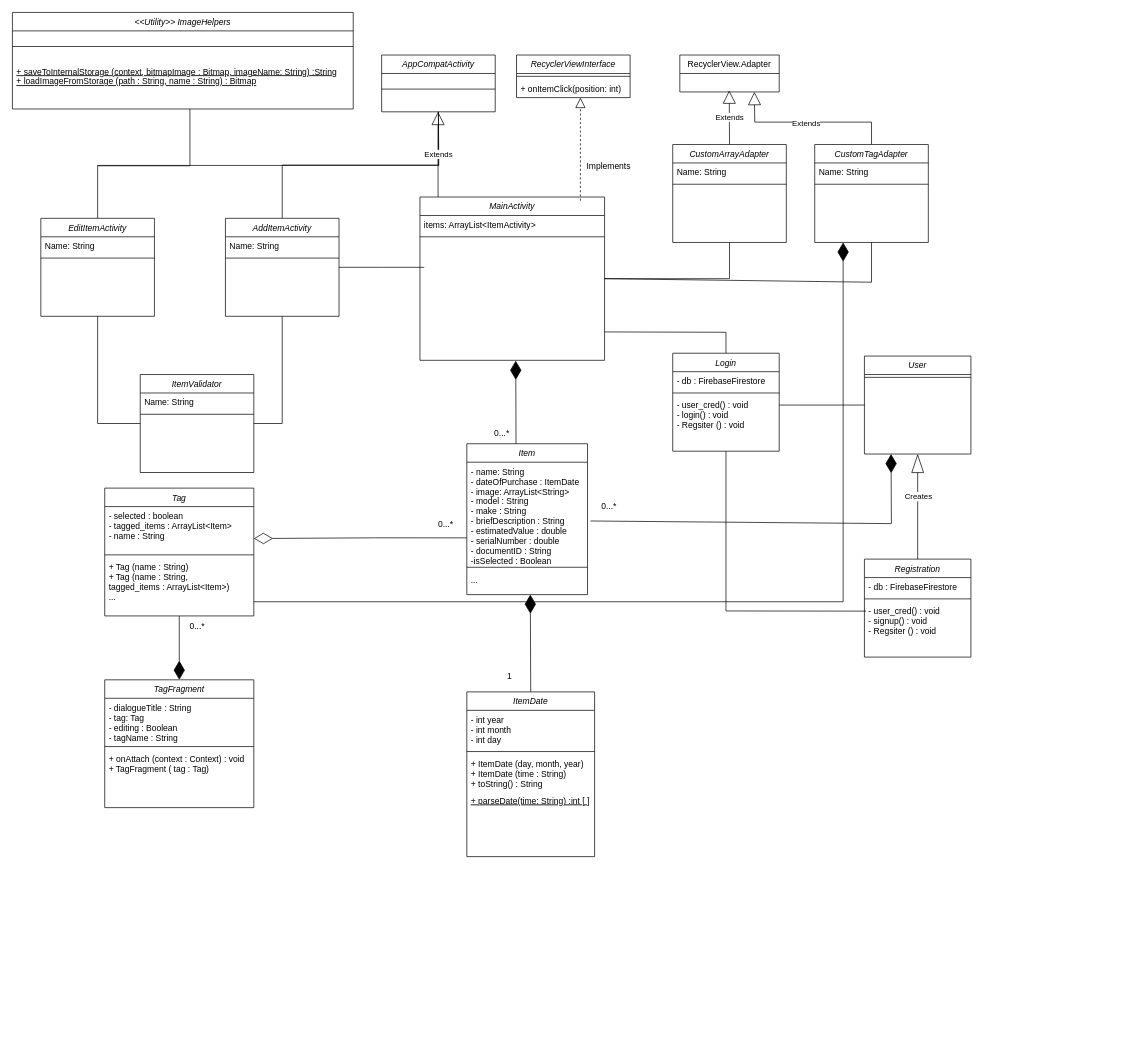
This is doc/UML.drawio from CMPUT301F23T26/AuroraSheet, a draw.io file, before an edit. Source tidied: cells renumbered, new cells numbered last; positions are measured from the earlier drawing's top-left corner, leaving out a move shared by most shapes. Both pictures are drawn from the tidied source at 71%, with x=0, y=0 at pixel (12, 12).
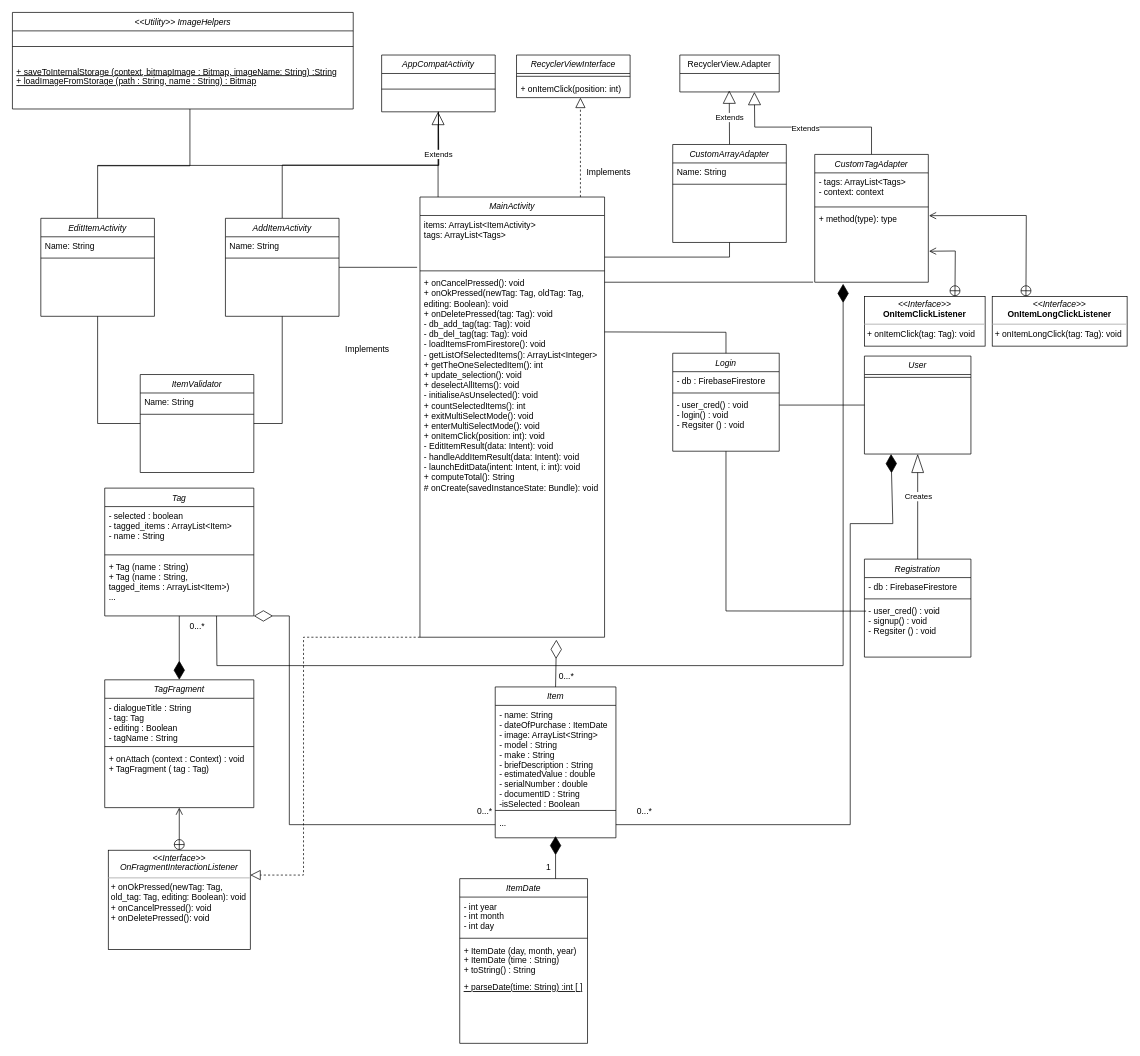
After the change.

Unchanged cells that the change refers to:
```xml
<mxCell id="10" value="- name: String&#10;- dateOfPurchase : ItemDate&#10;- image: ArrayList&lt;String&gt;&#10;- model : String&#10;- make : String&#10;- briefDescription : String&#10;- estimatedValue : double&#10;- serialNumber : double&#10;- documentID : String&#10;-isSelected : Boolean&#10;&#10;&#10;" style="text;align=left;verticalAlign=top;spacingLeft=4;spacingRight=4;overflow=hidden;points=[[0,0.5],[1,0.5]];portConstraint=eastwest;" parent="9" vertex="1">
  <mxGeometry y="26" width="170" height="144" as="geometry" />
</mxCell>
<mxCell id="12" value="..." style="text;align=left;verticalAlign=top;spacingLeft=4;spacingRight=4;overflow=hidden;points=[[0,0.5],[1,0.5]];portConstraint=eastwest;" parent="9" vertex="1">
  <mxGeometry y="178" width="170" height="32" as="geometry" />
</mxCell>
<mxCell id="22" value="AddItemActivity" style="swimlane;fontStyle=2;align=center;verticalAlign=top;horizontal=1;startSize=26;rounded=0;shadow=0;strokeWidth=1;" parent="1" vertex="1">
  <mxGeometry x="300" y="290" width="160" height="138" as="geometry" />
</mxCell>
<mxCell id="35" value="CustomArrayAdapter" style="swimlane;fontStyle=2;align=center;verticalAlign=top;horizontal=1;startSize=26;rounded=0;shadow=0;strokeWidth=1;" parent="1" vertex="1">
  <mxGeometry x="930" y="186" width="160" height="138" as="geometry" />
</mxCell>
<mxCell id="56" value="User" style="swimlane;fontStyle=2;align=center;verticalAlign=top;horizontal=1;startSize=26;rounded=0;shadow=0;strokeWidth=1;" parent="1" vertex="1">
  <mxGeometry x="1200" y="484" width="150" height="138" as="geometry" />
</mxCell>
<mxCell id="63" value="Tag" style="swimlane;fontStyle=2;align=center;verticalAlign=top;horizontal=1;startSize=26;rounded=0;shadow=0;strokeWidth=1;" parent="1" vertex="1">
  <mxGeometry x="130" y="670" width="210" height="180" as="geometry" />
</mxCell>
<mxCell id="69" value="TagFragment" style="swimlane;fontStyle=2;align=center;verticalAlign=top;horizontal=1;startSize=26;rounded=0;shadow=0;strokeWidth=1;" parent="1" vertex="1">
  <mxGeometry x="130" y="940" width="210" height="180" as="geometry" />
</mxCell>
```

The edit, as a diff of the source:
```diff
@@
-    <mxCell id="3" style="edgeStyle=orthogonalEdgeStyle;rounded=0;jettySize=auto;html=1;exitX=1;exitY=0.5;exitDx=0;exitDy=0;entryX=0.5;entryY=1;entryDx=0;entryDy=0;endArrow=none;endFill=0;" parent="1" edge="1" source="4" target="35">
+    <mxCell id="3" style="edgeStyle=orthogonalEdgeStyle;rounded=0;jettySize=auto;html=1;exitX=1;exitY=0.792;exitDx=0;exitDy=0;entryX=0.5;entryY=1;entryDx=0;entryDy=0;endArrow=none;endFill=0;exitPerimeter=0;" parent="1" edge="1" source="5" target="35">
       <mxGeometry relative="1" as="geometry" />
     </mxCell>
     <mxCell id="4" value="MainActivity" style="swimlane;fontStyle=2;align=center;verticalAlign=top;horizontal=1;startSize=26;rounded=0;shadow=0;strokeWidth=1;" parent="1" vertex="1">
-      <mxGeometry x="574" y="260" width="260" height="230" as="geometry" />
+      <mxGeometry x="574" y="260" width="260" height="620" as="geometry" />
     </mxCell>
-    <mxCell id="5" value="items: ArrayList&lt;ItemActivity&gt;" style="text;align=left;verticalAlign=top;spacingLeft=4;spacingRight=4;overflow=hidden;points=[[0,0.5],[1,0.5]];portConstraint=eastwest;" parent="4" vertex="1">
-      <mxGeometry y="26" width="260" height="26" as="geometry" />
+    <mxCell id="5" value="items: ArrayList&lt;ItemActivity&gt;&#10;tags: ArrayList&lt;Tags&gt;" style="text;align=left;verticalAlign=top;spacingLeft=4;spacingRight=4;overflow=hidden;points=[[0,0.5],[1,0.5]];portConstraint=eastwest;" parent="4" vertex="1">
+      <mxGeometry y="26" width="260" height="74" as="geometry" />
     </mxCell>
     <mxCell id="6" style="line;html=1;strokeWidth=1;align=left;verticalAlign=middle;spacingTop=-1;spacingLeft=3;spacingRight=3;labelPosition=right;" parent="4" vertex="1">
-      <mxGeometry y="52" width="260" height="8" as="geometry" />
+      <mxGeometry y="100" width="260" height="8" as="geometry" />
     </mxCell>
+    <mxCell id="86" value="+ onCancelPressed(): void&lt;br&gt;+ onOkPressed(newTag: Tag, oldTag: Tag, editing: Boolean): void&lt;br&gt;+ onDeletePressed(tag: Tag): void&lt;br&gt;- db_add_tag(tag: Tag): void&lt;br&gt;- db_del_tag(tag: Tag): void&lt;br&gt;- loadItemsFromFirestore(): void&lt;br&gt;- getListOfSelectedItems(): ArrayList&amp;lt;Integer&amp;gt;&lt;br&gt;+ getTheOneSelectedItem(): int&lt;br&gt;+ update_selection(): void&lt;br&gt;+ deselectAllItems(): void&lt;br&gt;- initialiseAsUnselected(): void&lt;br&gt;+ countSelectedItems(): int&lt;br&gt;+ exitMultiSelectMode(): void&lt;br&gt;+ enterMultiSelectMode(): void&lt;br&gt;+ onItemClick(position: int): void&lt;br&gt;- EditItemResult(data: Intent): void&lt;br&gt;- handleAddItemResult(data: Intent): void&lt;br&gt;- launchEditData(intent: Intent, i: int): void&lt;br&gt;+ computeTotal(): String&lt;br&gt;# onCreate(savedInstanceState: Bundle): void&lt;br&gt;" style="text;strokeColor=none;fillColor=none;align=left;verticalAlign=top;spacingLeft=4;spacingRight=4;overflow=hidden;points=[[0,0.5],[1,0.5]];portConstraint=eastwest;whiteSpace=wrap;html=1;" parent="4" vertex="1">
+      <mxGeometry y="108" width="260" height="512" as="geometry" />
+    </mxCell>
@@
     <mxCell id="9" value="Item" style="swimlane;fontStyle=2;align=center;verticalAlign=top;horizontal=1;startSize=26;rounded=0;shadow=0;strokeWidth=1;" parent="1" vertex="1">
-      <mxGeometry x="640" y="607.5" width="170" height="212.5" as="geometry" />
+      <mxGeometry x="680" y="950" width="170" height="212.5" as="geometry" />
     </mxCell>
@@
-    <mxCell id="13" style="endArrow=block;dashed=1;endFill=0;endSize=12;html=1;rounded=0;exitX=0.869;exitY=0.023;exitDx=0;exitDy=0;exitPerimeter=0;entryX=0.557;entryY=1.324;entryDx=0;entryDy=0;entryPerimeter=0;" parent="1" edge="1" source="4">
+    <mxCell id="13" style="endArrow=block;dashed=1;endFill=0;endSize=12;html=1;rounded=0;entryX=0.557;entryY=1.324;entryDx=0;entryDy=0;entryPerimeter=0;" parent="1" edge="1">
       <mxGeometry relative="1" as="geometry">
+        <mxPoint x="800" y="260" as="sourcePoint" />
         <mxPoint x="800" y="120" as="targetPoint" />
       </mxGeometry>
     </mxCell>
     <mxCell id="14" value="0...*" style="text;html=1;align=center;verticalAlign=middle;strokeColor=none;fillColor=none;" parent="1" vertex="1">
-      <mxGeometry x="669.3" y="577.5" width="40" height="30" as="geometry" />
+      <mxGeometry x="760" y="920" width="40" height="30" as="geometry" />
     </mxCell>
-    <mxCell id="15" style="endArrow=diamondThin;endFill=1;endSize=24;html=1;rounded=0;exitX=0.5;exitY=0;exitDx=0;exitDy=0;" parent="1" edge="1">
-      <mxGeometry relative="1" as="geometry">
-        <mxPoint x="709.3" y="607.5" as="sourcePoint" />
-        <mxPoint x="708.9" y="490.5" as="targetPoint" />
-      </mxGeometry>
-    </mxCell>
-    <mxCell id="16" value="Implements" style="text;html=1;strokeColor=none;fillColor=none;align=center;verticalAlign=middle;whiteSpace=wrap;rounded=0;" parent="1" vertex="1">
-      <mxGeometry x="810" y="202" width="60" height="30" as="geometry" />
+    <mxCell id="16" value="Implements" style="text;html=1;strokeColor=none;fillColor=none;align=center;verticalAlign=middle;whiteSpace=wrap;rounded=0;rotation=0;" parent="1" vertex="1">
+      <mxGeometry x="810" y="210" width="60" height="30" as="geometry" />
     </mxCell>
@@
     <mxCell id="20" style="edgeStyle=orthogonalEdgeStyle;rounded=0;jettySize=auto;html=1;exitX=1;exitY=0.5;exitDx=0;exitDy=0;endArrow=none;endFill=0;" parent="1" edge="1" source="22">
       <mxGeometry relative="1" as="geometry">
-        <mxPoint x="580" y="359" as="targetPoint" />
+        <mxPoint x="570" y="359" as="targetPoint" />
       </mxGeometry>
     </mxCell>
@@
     <mxCell id="39" value="ItemDate" style="swimlane;fontStyle=2;align=center;verticalAlign=top;horizontal=1;startSize=26;rounded=0;shadow=0;strokeWidth=1;" parent="1" vertex="1">
-      <mxGeometry x="640" y="957" width="180" height="232" as="geometry" />
+      <mxGeometry x="630" y="1220" width="180" height="232" as="geometry" />
     </mxCell>
@@
-    <mxCell id="44" style="endArrow=diamondThin;endFill=1;endSize=24;html=1;rounded=0;exitX=0.5;exitY=0;exitDx=0;exitDy=0;" parent="1" edge="1" source="39">
-      <mxGeometry relative="1" as="geometry">
-        <mxPoint x="729.4" y="820" as="targetPoint" />
-      </mxGeometry>
+    <mxCell id="44" style="endArrow=diamondThin;endFill=1;endSize=24;html=1;rounded=0;exitX=0.75;exitY=0;exitDx=0;exitDy=0;" parent="1" edge="1" source="39" target="12">
+      <mxGeometry relative="1" as="geometry" />
     </mxCell>
     <mxCell id="45" value="1" style="text;html=1;align=center;verticalAlign=middle;strokeColor=none;fillColor=none;" parent="1" vertex="1">
-      <mxGeometry x="685" y="920" width="30" height="30" as="geometry" />
+      <mxGeometry x="740" y="1189" width="30" height="30" as="geometry" />
     </mxCell>
@@
     <mxCell id="61" value="0...*" style="text;html=1;align=center;verticalAlign=middle;strokeColor=none;fillColor=none;" parent="1" vertex="1">
-      <mxGeometry x="820" y="681" width="40" height="30" as="geometry" />
+      <mxGeometry x="870" y="1110" width="40" height="30" as="geometry" />
     </mxCell>
-    <mxCell id="62" style="endArrow=diamondThin;endFill=1;endSize=24;html=1;rounded=0;exitX=1.024;exitY=0.575;exitDx=0;exitDy=0;entryX=0.25;entryY=1;entryDx=0;entryDy=0;exitPerimeter=0;" parent="1" edge="1" source="10" target="56">
+    <mxCell id="62" style="endArrow=diamondThin;endFill=1;endSize=24;html=1;rounded=0;exitX=1;exitY=0.5;exitDx=0;exitDy=0;entryX=0.25;entryY=1;entryDx=0;entryDy=0;" parent="1" edge="1" source="12" target="56">
       <mxGeometry relative="1" as="geometry">
         <Array as="points">
-          <mxPoint x="1238" y="720" />
+          <mxPoint x="1180" y="1144" />
+          <mxPoint x="1180" y="720" />
+          <mxPoint x="1240" y="720" />
         </Array>
       </mxGeometry>
     </mxCell>
@@
-    <mxCell id="67" style="endArrow=none;endFill=0;endSize=24;html=1;rounded=0;exitX=1.024;exitY=0.575;exitDx=0;exitDy=0;entryX=0;entryY=0.74;entryDx=0;entryDy=0;exitPerimeter=0;entryPerimeter=0;startArrow=diamondThin;startFill=0;startSize=24;" parent="1" edge="1" target="10">
+    <mxCell id="67" style="endArrow=none;endFill=0;endSize=24;html=1;rounded=0;exitX=1;exitY=1;exitDx=0;exitDy=0;startArrow=diamondThin;startFill=0;startSize=24;entryX=0;entryY=0.5;entryDx=0;entryDy=0;" parent="1" edge="1" source="63" target="12">
       <mxGeometry relative="1" as="geometry">
-        <mxPoint x="340" y="741" as="sourcePoint" />
         <Array as="points">
-          <mxPoint x="510" y="740" />
+          <mxPoint x="390" y="850" />
+          <mxPoint x="390" y="1144" />
         </Array>
       </mxGeometry>
     </mxCell>
     <mxCell id="68" value="0...*" style="text;html=1;align=center;verticalAlign=middle;strokeColor=none;fillColor=none;" parent="1" vertex="1">
-      <mxGeometry x="590" y="705.8" width="40" height="30" as="geometry" />
+      <mxGeometry x="645" y="1110" width="40" height="30" as="geometry" />
     </mxCell>
@@
-    <mxCell id="81" value="CustomTagAdapter" style="swimlane;fontStyle=2;align=center;verticalAlign=top;horizontal=1;startSize=26;rounded=0;shadow=0;strokeWidth=1;" parent="1" vertex="1">
-      <mxGeometry x="1130" y="186" width="160" height="138" as="geometry" />
-    </mxCell>
-    <mxCell id="82" value="Name: String" style="text;align=left;verticalAlign=top;spacingLeft=4;spacingRight=4;overflow=hidden;" parent="81" vertex="1">
-      <mxGeometry y="26" width="160" height="26" as="geometry" />
-    </mxCell>
-    <mxCell id="83" style="line;html=1;strokeWidth=1;align=left;verticalAlign=middle;spacingTop=-1;spacingLeft=3;spacingRight=3;labelPosition=right;" parent="81" vertex="1">
-      <mxGeometry y="52" width="160" height="8" as="geometry" />
-    </mxCell>
-    <mxCell id="84" style="endArrow=none;html=1;rounded=0;exitX=1;exitY=0.5;exitDx=0;exitDy=0;entryX=0.5;entryY=1;entryDx=0;entryDy=0;" parent="1" edge="1">
+    <mxCell id="84" style="endArrow=none;html=1;rounded=0;entryX=-0.014;entryY=0.999;entryDx=0;entryDy=0;entryPerimeter=0;" parent="1" edge="1" target="94">
       <mxGeometry relative="1" as="geometry">
-        <mxPoint x="834" y="375" as="sourcePoint" />
-        <mxPoint x="1210" y="324" as="targetPoint" />
-        <Array as="points">
-          <mxPoint x="1210" y="380" />
-        </Array>
+        <mxPoint x="834" y="380" as="sourcePoint" />
       </mxGeometry>
     </mxCell>
-    <mxCell id="85" style="endArrow=diamondThin;endFill=1;endSize=24;html=1;rounded=0;exitX=0.5;exitY=1;exitDx=0;exitDy=0;entryX=0.25;entryY=1;entryDx=0;entryDy=0;" parent="1" edge="1" target="81">
+    <mxCell id="85" style="endArrow=diamondThin;endFill=1;endSize=24;html=1;rounded=0;exitX=0.75;exitY=1;exitDx=0;exitDy=0;entryX=0.25;entryY=1.022;entryDx=0;entryDy=0;entryPerimeter=0;" parent="1" edge="1" source="63" target="94">
       <mxGeometry relative="1" as="geometry">
-        <mxPoint x="340" y="830" as="sourcePoint" />
         <Array as="points">
-          <mxPoint x="1170" y="830" />
+          <mxPoint x="288" y="920" />
+          <mxPoint x="1170" y="920" />
         </Array>
       </mxGeometry>
     </mxCell>
+    <mxCell id="87" style="endArrow=diamondThin;endFill=0;endSize=24;html=1;rounded=0;exitX=0.5;exitY=0;exitDx=0;exitDy=0;entryX=0.739;entryY=1.007;entryDx=0;entryDy=0;entryPerimeter=0;" parent="1" edge="1" source="9" target="86">
+      <mxGeometry relative="1" as="geometry" />
+    </mxCell>
+    <mxCell id="88" value="&lt;p style=&quot;margin:0px;margin-top:4px;text-align:center;&quot;&gt;&lt;i&gt;&amp;lt;&amp;lt;Interface&amp;gt;&amp;gt;&lt;/i&gt;&lt;br&gt;&lt;b&gt;OnItemClickListener&lt;/b&gt;&lt;/p&gt;&lt;hr size=&quot;1&quot;&gt;&lt;p style=&quot;margin:0px;margin-left:4px;&quot;&gt;+ onItemClick(tag: Tag): void&lt;br&gt;&lt;/p&gt;" style="verticalAlign=top;align=left;overflow=fill;fontSize=12;fontFamily=Helvetica;html=1;whiteSpace=wrap;" parent="1" vertex="1">
+      <mxGeometry x="1200" y="400" width="170" height="70" as="geometry" />
+    </mxCell>
+    <mxCell id="89" value="&lt;p style=&quot;margin:0px;margin-top:4px;text-align:center;&quot;&gt;&lt;i&gt;&amp;lt;&amp;lt;Interface&amp;gt;&amp;gt;&lt;/i&gt;&lt;br&gt;&lt;b&gt;OnItemLongClickListener&lt;/b&gt;&lt;/p&gt;&lt;hr size=&quot;1&quot;&gt;&lt;p style=&quot;margin:0px;margin-left:4px;&quot;&gt;+ onItemLongClick(tag: Tag): void&lt;br&gt;&lt;/p&gt;" style="verticalAlign=top;align=left;overflow=fill;fontSize=12;fontFamily=Helvetica;html=1;whiteSpace=wrap;" parent="1" vertex="1">
+      <mxGeometry x="1380" y="400" width="190" height="70" as="geometry" />
+    </mxCell>
+    <mxCell id="90" style="endArrow=open;startArrow=circlePlus;endFill=0;startFill=0;endSize=8;html=1;rounded=0;exitX=0.75;exitY=0;exitDx=0;exitDy=0;entryX=1.006;entryY=0.572;entryDx=0;entryDy=0;entryPerimeter=0;" parent="1" edge="1" source="88" target="94">
+      <mxGeometry relative="1" as="geometry">
+        <Array as="points">
+          <mxPoint x="1328" y="336" />
+        </Array>
+      </mxGeometry>
+    </mxCell>
+    <mxCell id="91" style="endArrow=open;startArrow=circlePlus;endFill=0;startFill=0;endSize=8;html=1;rounded=0;exitX=0.25;exitY=0;exitDx=0;exitDy=0;entryX=1.006;entryY=0.081;entryDx=0;entryDy=0;entryPerimeter=0;" parent="1" edge="1" source="89" target="94">
+      <mxGeometry relative="1" as="geometry">
+        <Array as="points">
+          <mxPoint x="1428" y="286" />
+        </Array>
+      </mxGeometry>
+    </mxCell>
+    <mxCell id="81" value="&lt;span style=&quot;font-weight: normal;&quot;&gt;&lt;i&gt;CustomTagAdapter&lt;/i&gt;&lt;/span&gt;" style="swimlane;fontStyle=1;align=center;verticalAlign=top;horizontal=1;startSize=26;whiteSpace=wrap;html=1;" parent="1" vertex="1">
+      <mxGeometry x="1130" y="200" width="160" height="180" as="geometry" />
+    </mxCell>
+    <mxCell id="92" value="- tags: ArrayList&amp;lt;Tags&amp;gt;&lt;br&gt;- context: context&lt;br&gt;" style="text;strokeColor=none;fillColor=none;align=left;verticalAlign=top;spacingLeft=4;spacingRight=4;overflow=hidden;whiteSpace=wrap;html=1;" parent="81" vertex="1">
+      <mxGeometry y="26" width="160" height="44" as="geometry" />
+    </mxCell>
+    <mxCell id="93" style="line;strokeWidth=1;fillColor=none;align=left;verticalAlign=middle;spacingTop=-1;spacingLeft=3;spacingRight=3;labelPosition=right;strokeColor=inherit;" parent="81" vertex="1">
+      <mxGeometry y="70" width="160" height="8" as="geometry" />
+    </mxCell>
+    <mxCell id="94" value="+ method(type): type" style="text;strokeColor=none;fillColor=none;align=left;verticalAlign=top;spacingLeft=4;spacingRight=4;overflow=hidden;points=[[0,0.5],[1,0.5]];portConstraint=eastwest;whiteSpace=wrap;html=1;" parent="81" vertex="1">
+      <mxGeometry y="78" width="160" height="102" as="geometry" />
+    </mxCell>
+    <mxCell id="95" value="&lt;p style=&quot;margin:0px;margin-top:4px;text-align:center;&quot;&gt;&lt;i&gt;&amp;lt;&amp;lt;Interface&amp;gt;&amp;gt;&lt;/i&gt;&lt;br&gt;&lt;i&gt;OnFragmentInteractionListener&lt;/i&gt;&lt;/p&gt;&lt;hr size=&quot;1&quot;&gt;&lt;p style=&quot;margin:0px;margin-left:4px;&quot;&gt;+ onOkPressed(newTag: Tag, old_tag: Tag, editing: Boolean): void&lt;/p&gt;&lt;p style=&quot;margin:0px;margin-left:4px;&quot;&gt;+ onCancelPressed(): void&lt;/p&gt;&lt;p style=&quot;margin:0px;margin-left:4px;&quot;&gt;+ onDeletePressed(): void&lt;/p&gt;" style="verticalAlign=top;align=left;overflow=fill;fontSize=12;fontFamily=Helvetica;html=1;whiteSpace=wrap;" parent="1" vertex="1">
+      <mxGeometry x="135" y="1180" width="200" height="140" as="geometry" />
+    </mxCell>
+    <mxCell id="96" style="endArrow=open;startArrow=circlePlus;endFill=0;startFill=0;endSize=8;html=1;rounded=0;exitX=0.5;exitY=0;exitDx=0;exitDy=0;entryX=0.5;entryY=1;entryDx=0;entryDy=0;" parent="1" edge="1" source="95" target="69">
+      <mxGeometry relative="1" as="geometry" />
+    </mxCell>
+    <mxCell id="97" style="endArrow=block;dashed=1;endFill=0;endSize=12;html=1;rounded=0;exitX=0;exitY=1;exitDx=0;exitDy=0;entryX=1;entryY=0.25;entryDx=0;entryDy=0;" parent="1" edge="1" source="4" target="95">
+      <mxGeometry relative="1" as="geometry">
+        <Array as="points">
+          <mxPoint x="410" y="880" />
+          <mxPoint x="410" y="1215" />
+        </Array>
+      </mxGeometry>
+    </mxCell>
+    <mxCell id="98" value="Implements" style="text;html=1;strokeColor=none;fillColor=none;align=center;verticalAlign=middle;whiteSpace=wrap;rounded=0;rotation=0;" parent="1" vertex="1">
+      <mxGeometry x="470" y="460" width="60" height="30" as="geometry" />
+    </mxCell>
```
